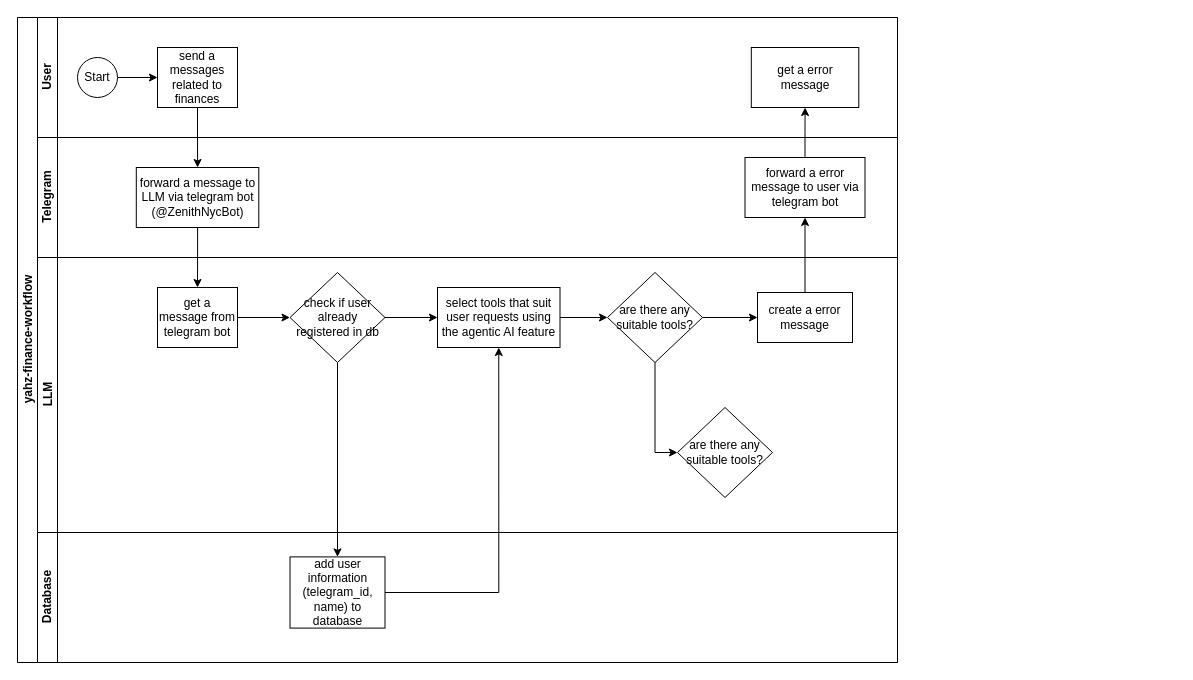
The draw.io diagram yahz-finance-workflow.drawio in Suryzw/draw.io, before the edit. Source tidied: cells renumbered, new cells numbered last; positions are measured from the earlier drawing's top-left corner, leaving out a move shared by most shapes. Both pictures are drawn from the tidied source at 100%, with x=0, y=0 at pixel (17, 17).
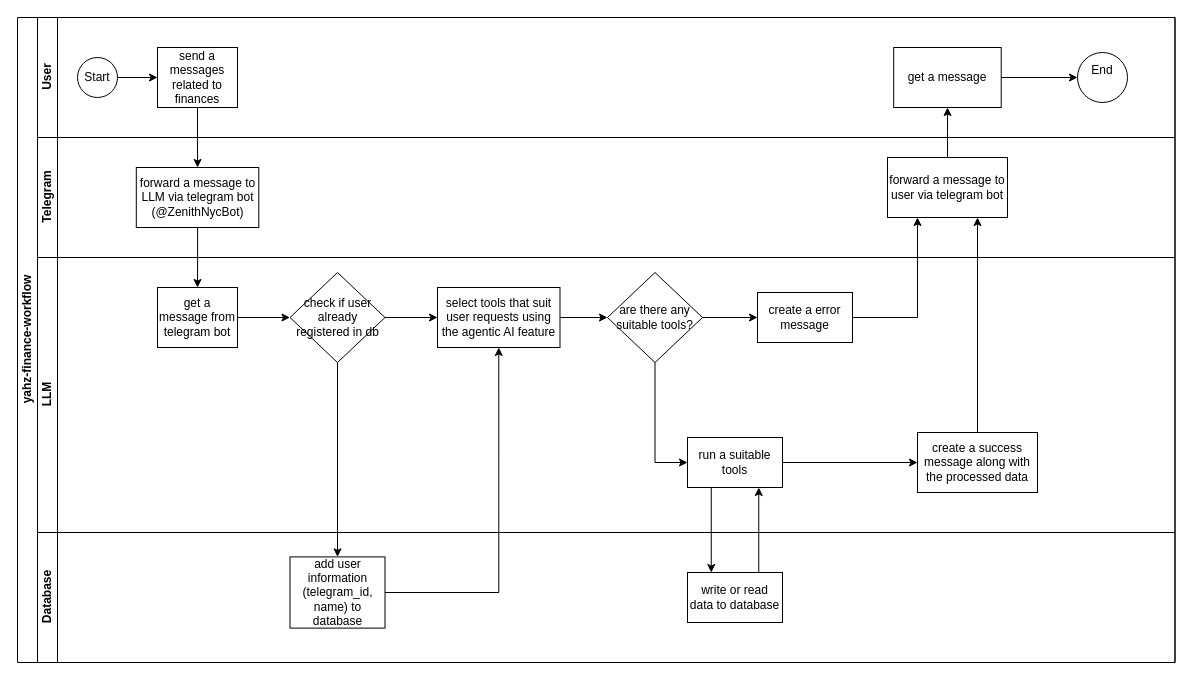
After the change.

Unchanged cells that the change refers to:
```xml
<mxCell id="20" value="are there any suitable tools?" style="rhombus;whiteSpace=wrap;html=1;shapeInside=1;fontColor=#000000;rounded=0;" parent="11" vertex="1">
  <mxGeometry x="570" y="15" width="95" height="90" as="geometry" />
</mxCell>
<mxCell id="21" value="create a error message" style="rounded=0;whiteSpace=wrap;html=1;fontFamily=Helvetica;fontSize=12;fontColor=#000000;align=center;" parent="11" vertex="1">
  <mxGeometry x="720" y="35" width="95" height="50" as="geometry" />
</mxCell>
```

The edit, as a diff of the source:
```diff
@@
     <mxCell id="2" value="yahz-finance-workflow" style="swimlane;html=1;horizontal=0;startSize=20;" parent="1" vertex="1">
-      <mxGeometry width="880" height="645" as="geometry" />
+      <mxGeometry width="1157.5" height="645" as="geometry" />
     </mxCell>
     <mxCell id="3" value="User" style="swimlane;html=1;startSize=20;horizontal=0;" parent="2" vertex="1">
-      <mxGeometry x="20" width="860" height="120" as="geometry" />
+      <mxGeometry x="20" width="1137.5" height="120" as="geometry" />
     </mxCell>
@@
-    <mxCell id="7" value="get a error message" style="whiteSpace=wrap;html=1;fontColor=#000000;rounded=0;" parent="3" vertex="1">
-      <mxGeometry x="713.8" y="30" width="107.5" height="60" as="geometry" />
-    </mxCell>
+    <mxCell id="31" style="edgeStyle=orthogonalEdgeStyle;rounded=0;jettySize=auto;html=1;" parent="3" edge="1" source="32" target="33">
+      <mxGeometry relative="1" as="geometry" />
+    </mxCell>
+    <mxCell id="32" value="get a message" style="whiteSpace=wrap;html=1;fontColor=#000000;rounded=0;" parent="3" vertex="1">
+      <mxGeometry x="856.2" y="30" width="107.5" height="60" as="geometry" />
+    </mxCell>
+    <mxCell id="33" value="End&lt;div&gt;&lt;br&gt;&lt;/div&gt;" style="ellipse;whiteSpace=wrap;html=1;shapeInside=1;fontColor=#000000;rounded=0;" parent="3" vertex="1">
+      <mxGeometry x="1040" y="35" width="50" height="50" as="geometry" />
+    </mxCell>
     <mxCell id="8" value="Telegram" style="swimlane;html=1;startSize=20;horizontal=0;" parent="2" vertex="1">
-      <mxGeometry x="20" y="120" width="860" height="120" as="geometry" />
+      <mxGeometry x="20" y="120" width="1137.5" height="120" as="geometry" />
     </mxCell>
@@
-    <mxCell id="10" value="forward a error message to user via telegram bot" style="whiteSpace=wrap;html=1;fontColor=#000000;rounded=0;" parent="8" vertex="1">
-      <mxGeometry x="707.5" y="20" width="120" height="60" as="geometry" />
-    </mxCell>
+    <mxCell id="34" value="forward a message to user via telegram bot" style="whiteSpace=wrap;html=1;fontColor=#000000;rounded=0;" parent="8" vertex="1">
+      <mxGeometry x="850" y="20" width="120" height="60" as="geometry" />
+    </mxCell>
     <mxCell id="11" value="LLM" style="swimlane;html=1;startSize=20;horizontal=0;" parent="2" vertex="1">
-      <mxGeometry x="20" y="240" width="860" height="275" as="geometry" />
+      <mxGeometry x="20" y="240" width="1137.5" height="275" as="geometry" />
     </mxCell>
@@
-    <mxCell id="19" style="edgeStyle=orthogonalEdgeStyle;rounded=0;jettySize=auto;html=1;entryX=0;entryY=0.5;entryDx=0;entryDy=0;" parent="11" edge="1" source="20" target="22">
-      <mxGeometry relative="1" as="geometry" />
-    </mxCell>
+    <mxCell id="35" style="edgeStyle=orthogonalEdgeStyle;rounded=0;jettySize=auto;html=1;entryX=0;entryY=0.5;entryDx=0;entryDy=0;" parent="11" edge="1" source="20" target="37">
+      <mxGeometry relative="1" as="geometry" />
+    </mxCell>
@@
-    <mxCell id="22" value="are there any suitable tools?" style="rhombus;whiteSpace=wrap;html=1;shapeInside=1;fontColor=#000000;rounded=0;" parent="11" vertex="1">
-      <mxGeometry x="640" y="150" width="95" height="90" as="geometry" />
-    </mxCell>
+    <mxCell id="36" style="edgeStyle=orthogonalEdgeStyle;rounded=0;jettySize=auto;html=1;" parent="11" edge="1" source="37" target="38">
+      <mxGeometry relative="1" as="geometry" />
+    </mxCell>
+    <mxCell id="37" value="run a suitable tools" style="rounded=0;whiteSpace=wrap;html=1;fontFamily=Helvetica;fontSize=12;fontColor=#000000;align=center;" parent="11" vertex="1">
+      <mxGeometry x="650" y="180" width="95" height="50" as="geometry" />
+    </mxCell>
+    <mxCell id="38" value="create a success message along with the processed data" style="whiteSpace=wrap;html=1;fontColor=#000000;rounded=0;" parent="11" vertex="1">
+      <mxGeometry x="880" y="175" width="120" height="60" as="geometry" />
+    </mxCell>
     <mxCell id="23" value="Database" style="swimlane;html=1;startSize=20;horizontal=0;" parent="2" vertex="1">
-      <mxGeometry x="20" y="515" width="860" height="130" as="geometry" />
+      <mxGeometry x="20" y="515" width="1137.5" height="130" as="geometry" />
     </mxCell>
@@
+    <mxCell id="39" value="write or read data to database" style="rounded=0;whiteSpace=wrap;html=1;fontFamily=Helvetica;fontSize=12;fontColor=#000000;align=center;" parent="23" vertex="1">
+      <mxGeometry x="650" y="40" width="95" height="50" as="geometry" />
+    </mxCell>
@@
-    <mxCell id="29" style="edgeStyle=orthogonalEdgeStyle;rounded=0;jettySize=auto;html=1;" parent="2" edge="1" source="21" target="10">
+    <mxCell id="29" style="edgeStyle=orthogonalEdgeStyle;rounded=0;jettySize=auto;html=1;entryX=0.25;entryY=1;entryDx=0;entryDy=0;" parent="2" edge="1" source="21" target="34">
       <mxGeometry relative="1" as="geometry" />
     </mxCell>
-    <mxCell id="30" style="edgeStyle=orthogonalEdgeStyle;rounded=0;jettySize=auto;html=1;" parent="2" edge="1" source="10" target="7">
-      <mxGeometry relative="1" as="geometry" />
-    </mxCell>
+    <mxCell id="40" style="edgeStyle=orthogonalEdgeStyle;rounded=0;jettySize=auto;html=1;entryX=0.75;entryY=1;entryDx=0;entryDy=0;" parent="2" edge="1" source="38" target="34">
+      <mxGeometry relative="1" as="geometry" />
+    </mxCell>
+    <mxCell id="41" style="edgeStyle=orthogonalEdgeStyle;rounded=0;jettySize=auto;html=1;exitX=0.25;exitY=1;exitDx=0;exitDy=0;entryX=0.25;entryY=0;entryDx=0;entryDy=0;" parent="2" edge="1" source="37" target="39">
+      <mxGeometry relative="1" as="geometry" />
+    </mxCell>
+    <mxCell id="42" style="edgeStyle=orthogonalEdgeStyle;rounded=0;jettySize=auto;html=1;exitX=0.75;exitY=0;exitDx=0;exitDy=0;entryX=0.75;entryY=1;entryDx=0;entryDy=0;" parent="2" edge="1" source="39" target="37">
+      <mxGeometry relative="1" as="geometry" />
+    </mxCell>
+    <mxCell id="43" style="edgeStyle=orthogonalEdgeStyle;rounded=0;jettySize=auto;html=1;" parent="2" edge="1" source="34" target="32">
+      <mxGeometry relative="1" as="geometry" />
+    </mxCell>
```
